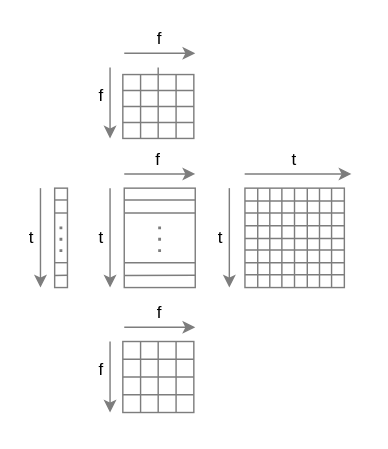
OleguerCanal/diagrams keeps this draw.io diagram as page "Base Figures" (1 of 2) of attention.drawio. Above is the earlier version. Source tidied: cells renumbered, new cells numbered last; positions are measured from the earlier drawing's top-left corner, leaving out a move shared by most shapes. Both pictures are drawn from the tidied source at 142%, with x=0, y=0 at pixel (24, 24).
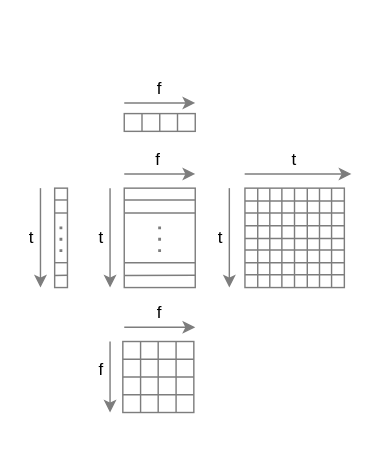
The same page after the edit.

Diff of the diagram source:
```diff
@@
     <mxCell id="50" style="rounded=0;whiteSpace=wrap;html=1;strokeColor=#7D7D7D;" parent="1" vertex="1">
-      <mxGeometry x="69" y="35" width="50" height="45" as="geometry" />
+      <mxGeometry x="70" y="62.5" width="50" height="12.5" as="geometry" />
     </mxCell>
     <mxCell id="51" style="endArrow=classic;html=1;rounded=0;strokeColor=#7D7D7D;" parent="1" edge="1">
       <mxGeometry relative="1" as="geometry">
-        <mxPoint x="70" y="20" as="sourcePoint" />
-        <mxPoint x="120" y="20" as="targetPoint" />
+        <mxPoint x="70" y="55" as="sourcePoint" />
+        <mxPoint x="120" y="55" as="targetPoint" />
       </mxGeometry>
     </mxCell>
     <mxCell id="52" value="f" style="text;html=1;strokeColor=none;fillColor=none;align=center;verticalAlign=middle;whiteSpace=wrap;rounded=0;" parent="1" vertex="1">
-      <mxGeometry x="90" width="10" height="20" as="geometry" />
+      <mxGeometry x="90" y="35" width="10" height="20" as="geometry" />
     </mxCell>
-    <mxCell id="53" style="endArrow=none;html=1;rounded=0;entryX=1;entryY=0.5;entryDx=0;entryDy=0;exitX=0;exitY=0.5;exitDx=0;exitDy=0;strokeColor=#7D7D7D;" parent="1" edge="1" source="50" target="50">
-      <mxGeometry relative="1" as="geometry" />
-    </mxCell>
-    <mxCell id="54" style="endArrow=none;html=1;rounded=0;entryX=1;entryY=0.75;entryDx=0;entryDy=0;exitX=0;exitY=0.75;exitDx=0;exitDy=0;strokeColor=#7D7D7D;" parent="1" edge="1" source="50" target="50">
-      <mxGeometry relative="1" as="geometry" />
-    </mxCell>
-    <mxCell id="55" style="endArrow=none;html=1;rounded=0;entryX=1;entryY=0.25;entryDx=0;entryDy=0;exitX=0;exitY=0.25;exitDx=0;exitDy=0;strokeColor=#7D7D7D;" parent="1" edge="1" source="50" target="50">
-      <mxGeometry relative="1" as="geometry" />
-    </mxCell>
@@
-    <mxCell id="57" style="endArrow=none;html=1;rounded=0;entryX=0.25;entryY=1;entryDx=0;entryDy=0;exitX=0.25;exitY=0;exitDx=0;exitDy=0;strokeColor=#7D7D7D;" parent="1" edge="1">
-      <mxGeometry relative="1" as="geometry">
-        <mxPoint x="93.9" y="30" as="sourcePoint" />
-        <mxPoint x="93.9" y="80" as="targetPoint" />
-      </mxGeometry>
+    <mxCell id="57" style="endArrow=none;html=1;rounded=0;entryX=0.5;entryY=1;entryDx=0;entryDy=0;strokeColor=#7D7D7D;exitX=0.5;exitY=0;exitDx=0;exitDy=0;" parent="1" edge="1" source="50" target="50">
+      <mxGeometry relative="1" as="geometry" />
     </mxCell>
@@
-    <mxCell id="59" value="f" style="text;html=1;strokeColor=none;fillColor=none;align=center;verticalAlign=middle;whiteSpace=wrap;rounded=0;" parent="1" vertex="1">
-      <mxGeometry x="49" y="40" width="10" height="20" as="geometry" />
-    </mxCell>
-    <mxCell id="60" style="endArrow=classic;html=1;rounded=0;strokeColor=#7D7D7D;" parent="1" edge="1">
-      <mxGeometry relative="1" as="geometry">
-        <mxPoint x="60" y="30" as="sourcePoint" />
-        <mxPoint x="60" y="80" as="targetPoint" />
-      </mxGeometry>
-    </mxCell>
```
